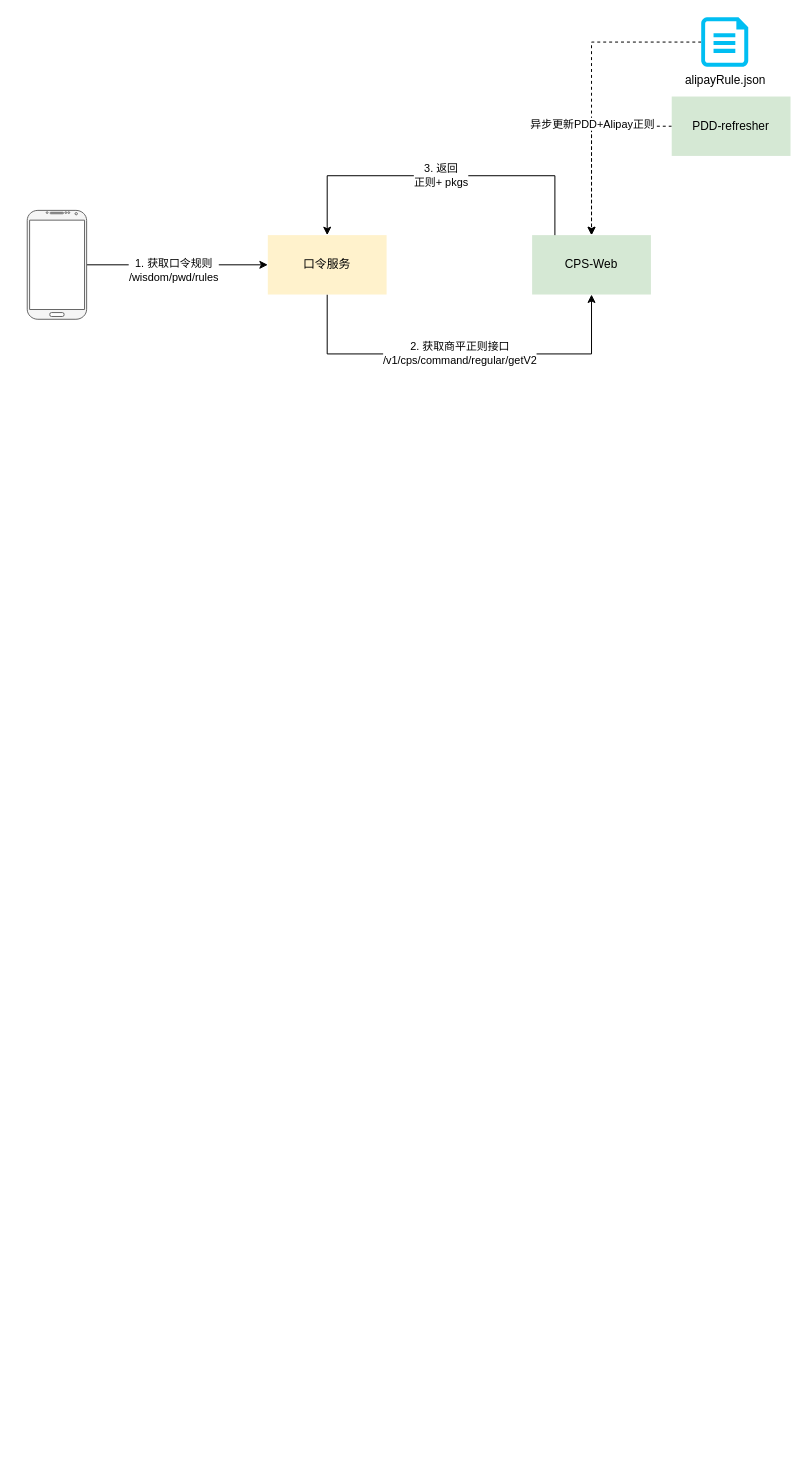
Before: page "口令正则架构迁移" (2 of 21) of universal-engine/CPS.drawio in karlchan-cn/drawio-repository, a draw.io diagram. Source tidied: cells renumbered, new cells numbered last; positions are measured from the earlier drawing's top-left corner, leaving out a move shared by most shapes. Both pictures are drawn from the tidied source at 99%, with x=0, y=0 at pixel (27, 17).
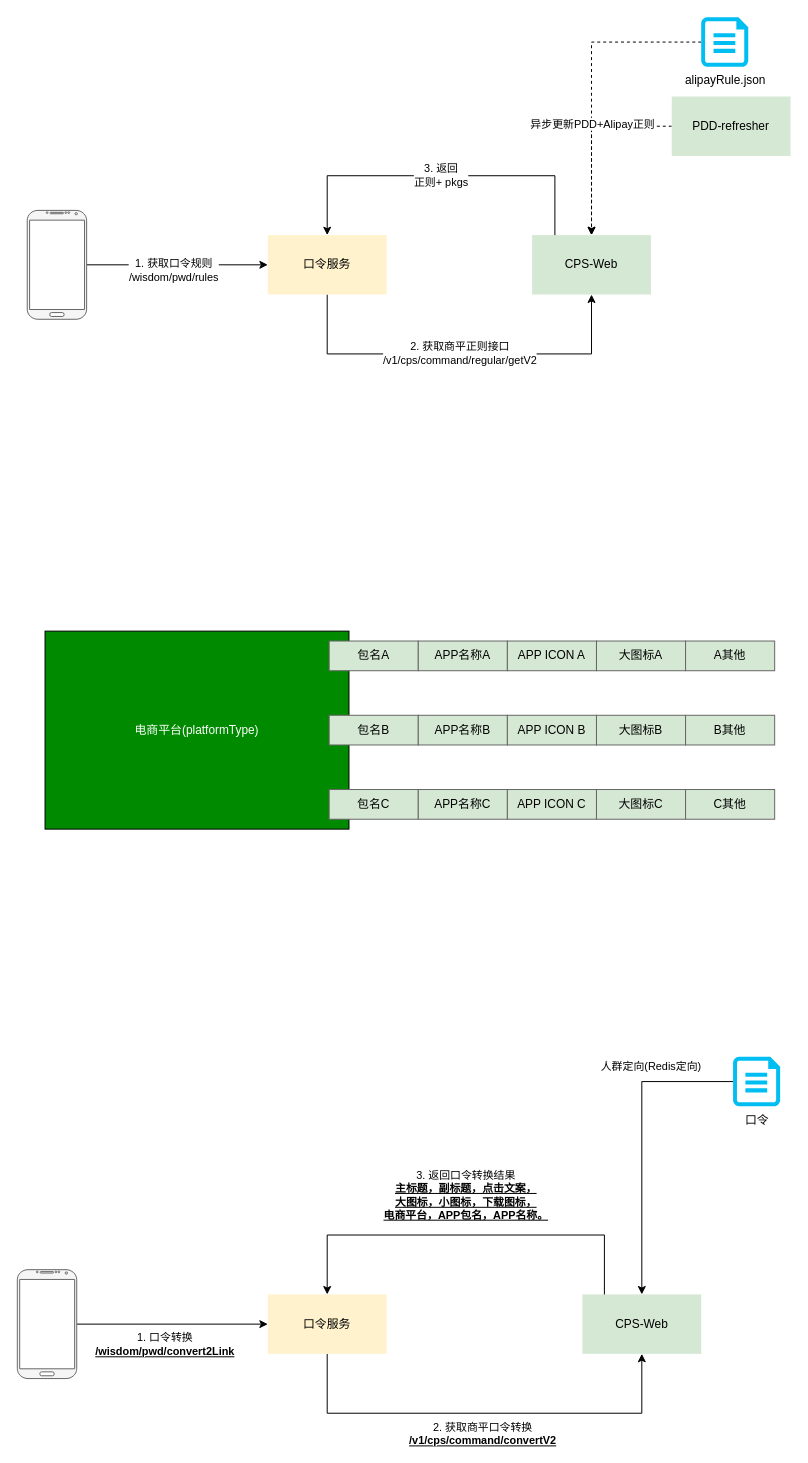
The same page after the edit.

Diff of the diagram source:
```diff
@@
+    <mxCell id="14" value="CPS-Web" style="rounded=0;whiteSpace=wrap;html=1;fillColor=#d5e8d4;strokeColor=none;" parent="1" vertex="1">
+      <mxGeometry x="560.8" y="1290" width="120" height="60" as="geometry" />
+    </mxCell>
+    <mxCell id="15" style="edgeStyle=orthogonalEdgeStyle;rounded=0;jettySize=auto;html=1;entryX=0.5;entryY=0;entryDx=0;entryDy=0;" parent="1" edge="1" source="17" target="14">
+      <mxGeometry relative="1" as="geometry" />
+    </mxCell>
+    <mxCell id="16" value="人群定向(Redis定向)" style="edgeLabel;html=1;align=center;verticalAlign=middle;" parent="15" vertex="1">
+      <mxGeometry x="0.31" y="1" relative="1" as="geometry">
+        <mxPoint x="8" y="-124" as="offset" />
+      </mxGeometry>
+    </mxCell>
+    <mxCell id="17" value="口令" style="verticalLabelPosition=bottom;html=1;verticalAlign=top;align=center;strokeColor=none;fillColor=#00BEF2;shape=mxgraph.azure.cloud_services_configuration_file;" parent="1" vertex="1">
+      <mxGeometry x="713" y="1050" width="47.5" height="50" as="geometry" />
+    </mxCell>
+    <mxCell id="18" value="2. 获取商平口令转换&lt;br&gt;&lt;span style=&quot;font-size: 11px;&quot;&gt;&lt;b&gt;&lt;u&gt;/v1/cps/command/convertV2&lt;/u&gt;&lt;/b&gt;&lt;/span&gt;" style="edgeStyle=orthogonalEdgeStyle;rounded=0;jettySize=auto;html=1;entryX=0.5;entryY=1;entryDx=0;entryDy=0;" parent="1" edge="1" source="19" target="14">
+      <mxGeometry x="-0.01" y="-21" relative="1" as="geometry">
+        <Array as="points">
+          <mxPoint x="303" y="1410" />
+          <mxPoint x="621" y="1410" />
+        </Array>
+      </mxGeometry>
+    </mxCell>
+    <mxCell id="19" value="口令服务" style="rounded=0;whiteSpace=wrap;html=1;fillColor=#fff2cc;strokeColor=none;" parent="1" vertex="1">
+      <mxGeometry x="243" y="1290" width="120" height="60" as="geometry" />
+    </mxCell>
+    <mxCell id="20" style="edgeStyle=orthogonalEdgeStyle;rounded=0;jettySize=auto;html=1;" parent="1" edge="1" source="22" target="19">
+      <mxGeometry relative="1" as="geometry" />
+    </mxCell>
+    <mxCell id="21" value="1. 口令转换&lt;br&gt;&lt;span style=&quot;font-size: 11px;&quot;&gt;&lt;b&gt;&lt;u&gt;/wisdom/pwd/convert2Link&lt;/u&gt;&lt;/b&gt;&lt;/span&gt;" style="edgeLabel;html=1;align=center;verticalAlign=middle;" parent="20" vertex="1">
+      <mxGeometry x="-0.05" y="-5" relative="1" as="geometry">
+        <mxPoint x="-4" y="15" as="offset" />
+      </mxGeometry>
+    </mxCell>
+    <mxCell id="22" style="verticalLabelPosition=bottom;verticalAlign=top;html=1;shadow=0;dashed=0;strokeWidth=1;shape=mxgraph.android.phone2;strokeColor=#666666;fillColor=#f5f5f5;fontColor=#333333;" parent="1" vertex="1">
+      <mxGeometry x="-10" y="1265" width="60" height="110" as="geometry" />
+    </mxCell>
+    <mxCell id="23" value="3. 返回口令转换结果&lt;div&gt;&lt;b&gt;&lt;u&gt;主标题，副标题，点击文案，&lt;br&gt;大图标，小图标，下载图标，&lt;/u&gt;&lt;/b&gt;&lt;/div&gt;&lt;div&gt;&lt;b&gt;&lt;u&gt;电商平台，APP包名，APP名称。&lt;/u&gt;&lt;/b&gt;&lt;/div&gt;" style="edgeStyle=orthogonalEdgeStyle;rounded=0;jettySize=auto;html=1;entryX=0.5;entryY=0;entryDx=0;entryDy=0;" parent="1" edge="1" source="14" target="19">
+      <mxGeometry y="-40" relative="1" as="geometry">
+        <Array as="points">
+          <mxPoint x="583" y="1230" />
+          <mxPoint x="303" y="1230" />
+        </Array>
+      </mxGeometry>
+    </mxCell>
+    <mxCell id="24" value="电商平台(platformType)" style="rounded=0;whiteSpace=wrap;html=1;fillColor=#008a00;strokeColor=default;fontColor=#ffffff;" parent="1" vertex="1">
+      <mxGeometry x="18" y="620" width="307" height="200" as="geometry" />
+    </mxCell>
+    <mxCell id="25" value="包名A" style="rounded=0;whiteSpace=wrap;html=1;fillColor=#d5e8d4;strokeColor=#666666;" parent="1" vertex="1">
+      <mxGeometry x="305" y="630" width="90" height="30" as="geometry" />
+    </mxCell>
+    <mxCell id="26" value="包名B" style="rounded=0;whiteSpace=wrap;html=1;fillColor=#d5e8d4;strokeColor=#666666;" parent="1" vertex="1">
+      <mxGeometry x="305" y="705" width="90" height="30" as="geometry" />
+    </mxCell>
+    <mxCell id="27" value="包名C" style="rounded=0;whiteSpace=wrap;html=1;fillColor=#d5e8d4;strokeColor=#666666;" parent="1" vertex="1">
+      <mxGeometry x="305" y="780" width="90" height="30" as="geometry" />
+    </mxCell>
+    <mxCell id="28" value="APP名称A" style="rounded=0;whiteSpace=wrap;html=1;fillColor=#d5e8d4;strokeColor=#666666;" parent="1" vertex="1">
+      <mxGeometry x="395" y="630" width="90" height="30" as="geometry" />
+    </mxCell>
+    <mxCell id="29" value="APP名称B" style="rounded=0;whiteSpace=wrap;html=1;fillColor=#d5e8d4;strokeColor=#666666;" parent="1" vertex="1">
+      <mxGeometry x="395" y="705" width="90" height="30" as="geometry" />
+    </mxCell>
+    <mxCell id="30" value="APP名称C" style="rounded=0;whiteSpace=wrap;html=1;fillColor=#d5e8d4;strokeColor=#666666;" parent="1" vertex="1">
+      <mxGeometry x="395" y="780" width="90" height="30" as="geometry" />
+    </mxCell>
+    <mxCell id="31" value="APP ICON A" style="rounded=0;whiteSpace=wrap;html=1;fillColor=#d5e8d4;strokeColor=#666666;" parent="1" vertex="1">
+      <mxGeometry x="485" y="630" width="90" height="30" as="geometry" />
+    </mxCell>
+    <mxCell id="32" value="APP ICON B" style="rounded=0;whiteSpace=wrap;html=1;fillColor=#d5e8d4;strokeColor=#666666;" parent="1" vertex="1">
+      <mxGeometry x="485" y="705" width="90" height="30" as="geometry" />
+    </mxCell>
+    <mxCell id="33" value="APP ICON C" style="rounded=0;whiteSpace=wrap;html=1;fillColor=#d5e8d4;strokeColor=#666666;" parent="1" vertex="1">
+      <mxGeometry x="485" y="780" width="90" height="30" as="geometry" />
+    </mxCell>
+    <mxCell id="34" value="大图标A" style="rounded=0;whiteSpace=wrap;html=1;fillColor=#d5e8d4;strokeColor=#666666;" parent="1" vertex="1">
+      <mxGeometry x="575" y="630" width="90" height="30" as="geometry" />
+    </mxCell>
+    <mxCell id="35" value="大图标B" style="rounded=0;whiteSpace=wrap;html=1;fillColor=#d5e8d4;strokeColor=#666666;" parent="1" vertex="1">
+      <mxGeometry x="575" y="705" width="90" height="30" as="geometry" />
+    </mxCell>
+    <mxCell id="36" value="大图标C" style="rounded=0;whiteSpace=wrap;html=1;fillColor=#d5e8d4;strokeColor=#666666;" parent="1" vertex="1">
+      <mxGeometry x="575" y="780" width="90" height="30" as="geometry" />
+    </mxCell>
+    <mxCell id="37" value="A其他" style="rounded=0;whiteSpace=wrap;html=1;fillColor=#d5e8d4;strokeColor=#666666;" parent="1" vertex="1">
+      <mxGeometry x="665" y="630" width="90" height="30" as="geometry" />
+    </mxCell>
+    <mxCell id="38" value="B其他" style="rounded=0;whiteSpace=wrap;html=1;fillColor=#d5e8d4;strokeColor=#666666;" parent="1" vertex="1">
+      <mxGeometry x="665" y="705" width="90" height="30" as="geometry" />
+    </mxCell>
+    <mxCell id="39" value="C其他" style="rounded=0;whiteSpace=wrap;html=1;fillColor=#d5e8d4;strokeColor=#666666;" parent="1" vertex="1">
+      <mxGeometry x="665" y="780" width="90" height="30" as="geometry" />
+    </mxCell>
```
